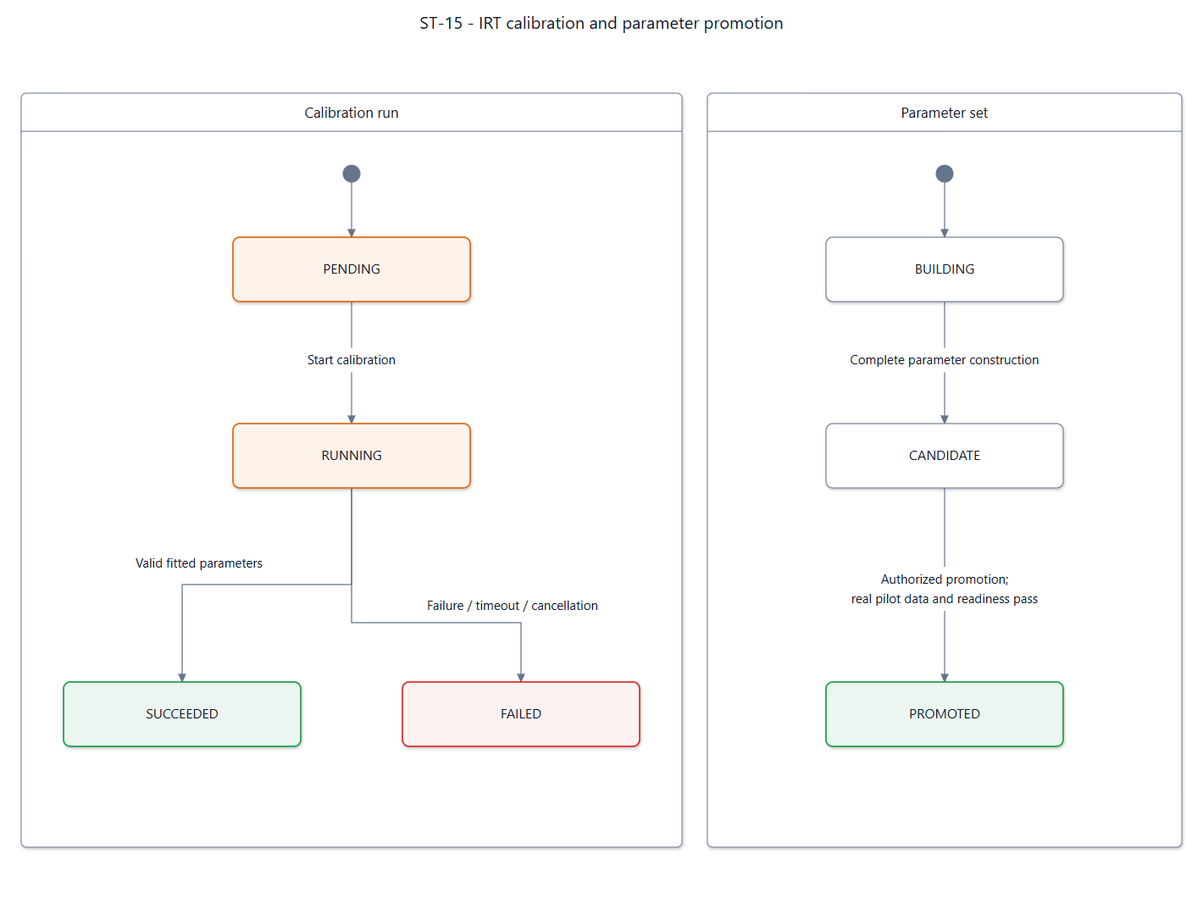
Before: documents/diagrams/mermaid/st-15.png, a diagram exported from Mermaid (SEP490-Fall-2026-GFA26SE64/SEP490). Its source is kept beside it as documents/diagrams/mermaid/st-15.mmd. Source of this version:
```mermaid
---
title: "ST-15 - IRT calibration and parameter promotion"
config: {"theme":"base","fontFamily":"Segoe UI, Arial, sans-serif","themeVariables":{"fontFamily":"Segoe UI, Arial, sans-serif","fontSize":"16px","primaryColor":"#ffffff","primaryTextColor":"#0f1729","primaryBorderColor":"#64748b","secondaryColor":"#fef3eb","tertiaryColor":"#ffffff","lineColor":"#64748b","textColor":"#0f1729","mainBkg":"#ffffff","background":"#ffffff","clusterBkg":"#ffffff","clusterBorder":"#64748b","edgeLabelBackground":"#ffffff","titleColor":"#0f1729","noteBkgColor":"#fef3eb","noteTextColor":"#0f1729","noteBorderColor":"#e6650f","labelColor":"#0f1729","compositeBackground":"#ffffff","compositeTitleBackground":"#ffffff","compositeBorder":"#64748b","altBackground":"#ffffff","nodeBorder":"#64748b","nodeTextColor":"#0f1729","cScale0":"#ffffff","cScaleLabel0":"#0f1729","cScale1":"#ffffff","cScaleLabel1":"#0f1729","cScale2":"#ffffff","cScaleLabel2":"#0f1729","cScale3":"#ffffff","cScaleLabel3":"#0f1729","cScale4":"#ffffff","cScaleLabel4":"#0f1729","cScale5":"#ffffff","cScaleLabel5":"#0f1729","cScale6":"#ffffff","cScaleLabel6":"#0f1729","cScale7":"#ffffff","cScaleLabel7":"#0f1729","cScale8":"#ffffff","cScaleLabel8":"#0f1729","cScale9":"#ffffff","cScaleLabel9":"#0f1729","cScale10":"#ffffff","cScaleLabel10":"#0f1729","cScale11":"#ffffff","cScaleLabel11":"#0f1729","secondaryBorderColor":"#64748b","tertiaryBorderColor":"#64748b","secondaryTextColor":"#0f1729","tertiaryTextColor":"#0f1729"},"state":{"nodeSpacing":42,"rankSpacing":64,"padding":16,"fontSize":16,"wrappingWidth":250}}
---
stateDiagram-v2
  state "Calibration run" as SDD_ST_15_Run {
    state "PENDING" as SDD_ST_15_PENDING
    state "RUNNING" as SDD_ST_15_RUNNING
    state "SUCCEEDED" as SDD_ST_15_SUCCEEDED
    state "FAILED" as SDD_ST_15_FAILED
    [*] --> SDD_ST_15_PENDING
    SDD_ST_15_PENDING --> SDD_ST_15_RUNNING : worker starts actual calibration
    SDD_ST_15_RUNNING --> SDD_ST_15_SUCCEEDED : valid output parameter set
    SDD_ST_15_RUNNING --> SDD_ST_15_FAILED : recorded calibration failure
  }
  state "Parameter set" as SDD_ST_15_Parameters {
    state "BUILDING" as SDD_ST_15_BUILDING
    state "CANDIDATE" as SDD_ST_15_CANDIDATE
    state "PROMOTED" as SDD_ST_15_PROMOTED
    [*] --> SDD_ST_15_BUILDING
    SDD_ST_15_BUILDING --> SDD_ST_15_CANDIDATE : parameter construction completed
    SDD_ST_15_CANDIDATE --> SDD_ST_15_PROMOTED : authorized scoped promotion
  }

  classDef accepted fill:#eaf6ef,stroke:#1a9e4a,color:#0f1729,stroke-width:1.5px
  class SDD_ST_15_SUCCEEDED,SDD_ST_15_PROMOTED accepted

  classDef attention fill:#fdf2f2,stroke:#dc2828,color:#0f1729,stroke-width:1.5px
  class SDD_ST_15_FAILED attention

  classDef working fill:#fef3eb,stroke:#e6650f,color:#0f1729,stroke-width:1.5px
  class SDD_ST_15_PENDING,SDD_ST_15_RUNNING working
```
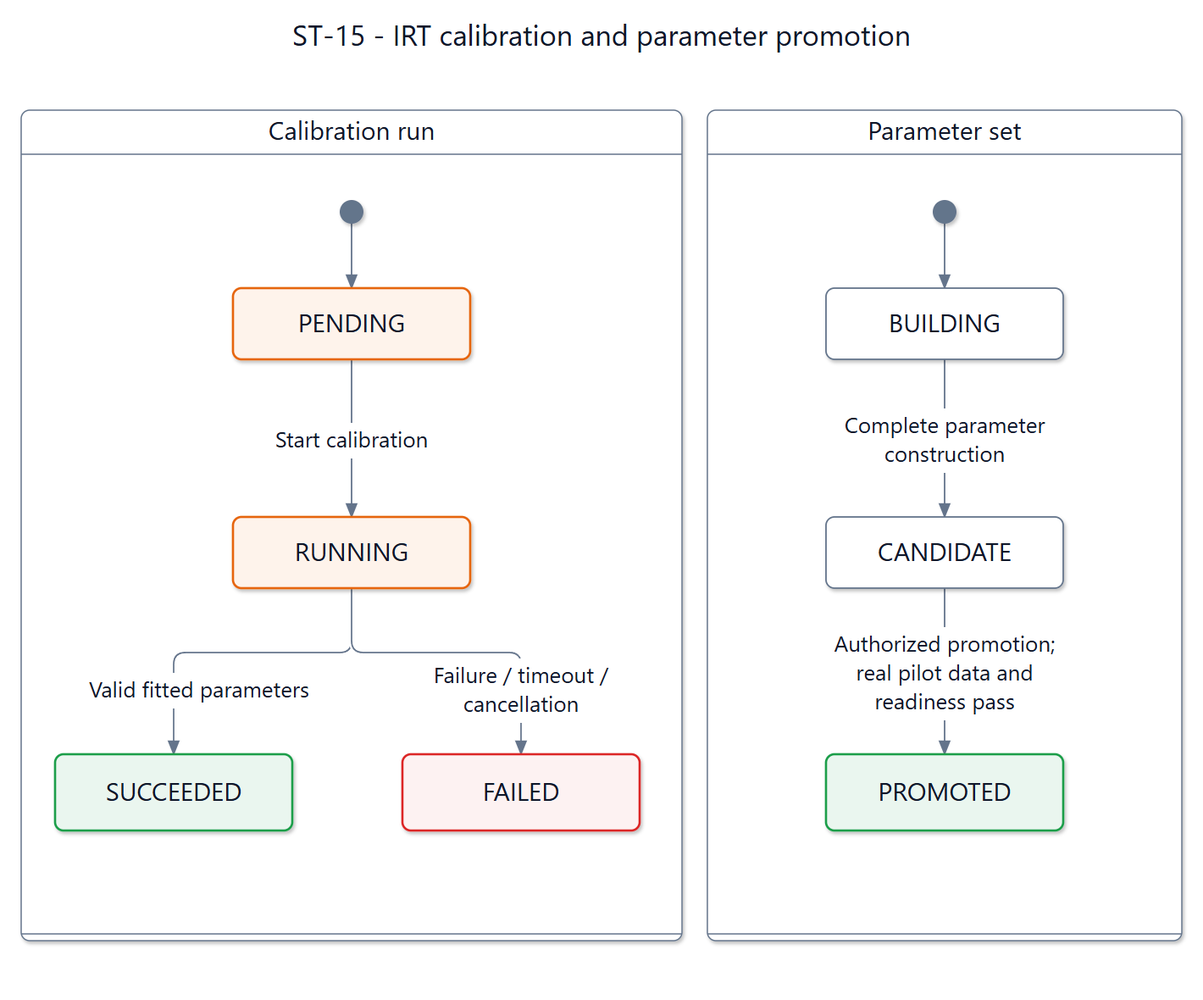
Above is the later version.

What changed in the source:
```diff
@@ -3,30 +3,29 @@
 config: {"theme":"base","fontFamily":"Segoe UI, Arial, sans-serif","themeVariables":{"fontFamily":"Segoe UI, Arial, sans-serif","fontSize":"16px","primaryColor":"#ffffff","primaryTextColor":"#0f1729","primaryBorderColor":"#64748b","secondaryColor":"#fef3eb","tertiaryColor":"#ffffff","lineColor":"#64748b","textColor":"#0f1729","mainBkg":"#ffffff","background":"#ffffff","clusterBkg":"#ffffff","clusterBorder":"#64748b","edgeLabelBackground":"#ffffff","titleColor":"#0f1729","noteBkgColor":"#fef3eb","noteTextColor":"#0f1729","noteBorderColor":"#e6650f","labelColor":"#0f1729","compositeBackground":"#ffffff","compositeTitleBackground":"#ffffff","compositeBorder":"#64748b","altBackground":"#ffffff","nodeBorder":"#64748b","nodeTextColor":"#0f1729","cScale0":"#ffffff","cScaleLabel0":"#0f1729","cScale1":"#ffffff","cScaleLabel1":"#0f1729","cScale2":"#ffffff","cScaleLabel2":"#0f1729","cScale3":"#ffffff","cScaleLabel3":"#0f1729","cScale4":"#ffffff","cScaleLabel4":"#0f1729","cScale5":"#ffffff","cScaleLabel5":"#0f1729","cScale6":"#ffffff","cScaleLabel6":"#0f1729","cScale7":"#ffffff","cScaleLabel7":"#0f1729","cScale8":"#ffffff","cScaleLabel8":"#0f1729","cScale9":"#ffffff","cScaleLabel9":"#0f1729","cScale10":"#ffffff","cScaleLabel10":"#0f1729","cScale11":"#ffffff","cScaleLabel11":"#0f1729","secondaryBorderColor":"#64748b","tertiaryBorderColor":"#64748b","secondaryTextColor":"#0f1729","tertiaryTextColor":"#0f1729"},"state":{"nodeSpacing":42,"rankSpacing":64,"padding":16,"fontSize":16,"wrappingWidth":250}}
 ---
 stateDiagram-v2
-  state "Calibration run" as SDD_ST_15_Run {
-    state "PENDING" as SDD_ST_15_PENDING
-    state "RUNNING" as SDD_ST_15_RUNNING
-    state "SUCCEEDED" as SDD_ST_15_SUCCEEDED
-    state "FAILED" as SDD_ST_15_FAILED
-    [*] --> SDD_ST_15_PENDING
-    SDD_ST_15_PENDING --> SDD_ST_15_RUNNING : worker starts actual calibration
-    SDD_ST_15_RUNNING --> SDD_ST_15_SUCCEEDED : valid output parameter set
-    SDD_ST_15_RUNNING --> SDD_ST_15_FAILED : recorded calibration failure
+  state "Calibration run" as Group0 {
+    state "PENDING" as rp
+    state "RUNNING" as rr
+    state "SUCCEEDED" as rok
+    state "FAILED" as rf
+    [*] --> rp
+    rp --> rr : Start calibration
+    rr --> rok : Valid fitted parameters
+    rr --> rf : Failure / timeout / cancellation
   }
-  state "Parameter set" as SDD_ST_15_Parameters {
-    state "BUILDING" as SDD_ST_15_BUILDING
-    state "CANDIDATE" as SDD_ST_15_CANDIDATE
-    state "PROMOTED" as SDD_ST_15_PROMOTED
-    [*] --> SDD_ST_15_BUILDING
-    SDD_ST_15_BUILDING --> SDD_ST_15_CANDIDATE : parameter construction completed
-    SDD_ST_15_CANDIDATE --> SDD_ST_15_PROMOTED : authorized scoped promotion
+  state "Parameter set" as Group1 {
+    state "BUILDING" as pb
+    state "CANDIDATE" as pc
+    state "PROMOTED" as pp
+    [*] --> pb
+    pb --> pc : Complete parameter construction
+    pc --> pp : Authorized promotion; real pilot data and readiness pass
   }
-
   classDef accepted fill:#eaf6ef,stroke:#1a9e4a,color:#0f1729,stroke-width:1.5px
-  class SDD_ST_15_SUCCEEDED,SDD_ST_15_PROMOTED accepted
-
   classDef attention fill:#fdf2f2,stroke:#dc2828,color:#0f1729,stroke-width:1.5px
-  class SDD_ST_15_FAILED attention
-
   classDef working fill:#fef3eb,stroke:#e6650f,color:#0f1729,stroke-width:1.5px
-  class SDD_ST_15_PENDING,SDD_ST_15_RUNNING working
+  class rp working
+  class rr working
+  class rok accepted
+  class rf attention
+  class pp accepted
```
